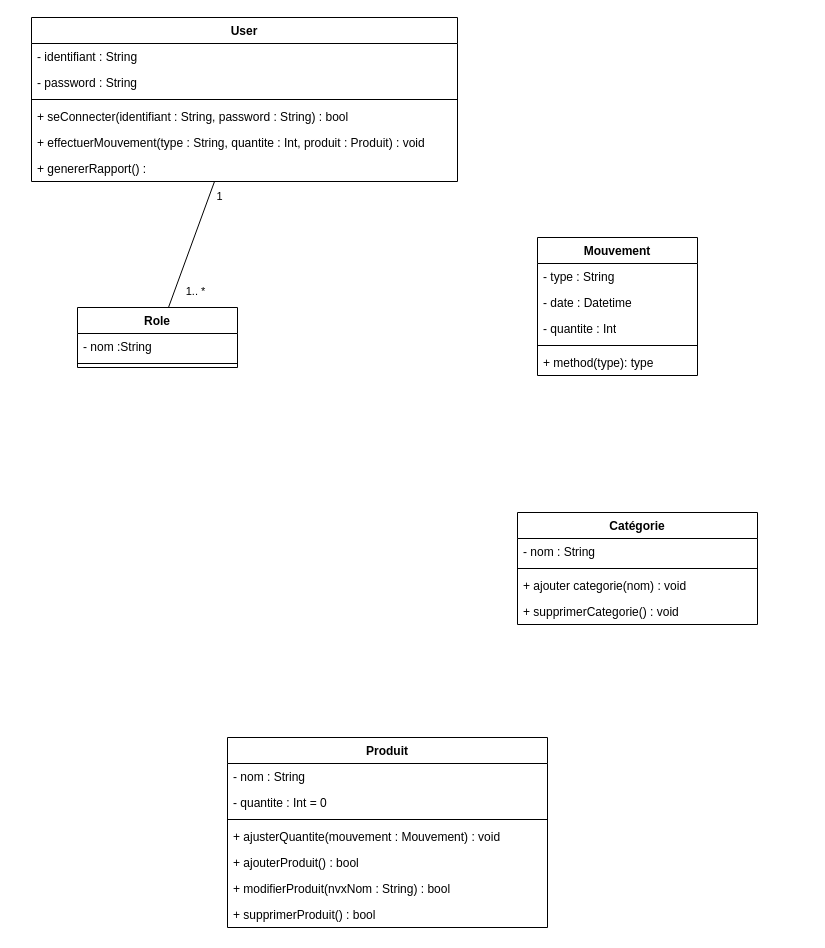
Mzk-Ali/M2I_ECF2 keeps this draw.io diagram as diagramme_classe.drawio. Above is the earlier version. Source tidied: cells renumbered, new cells numbered last; positions are measured from the earlier drawing's top-left corner, leaving out a move shared by most shapes. Both pictures are drawn from the tidied source at 100%, with x=0, y=0 at pixel (31, 17).
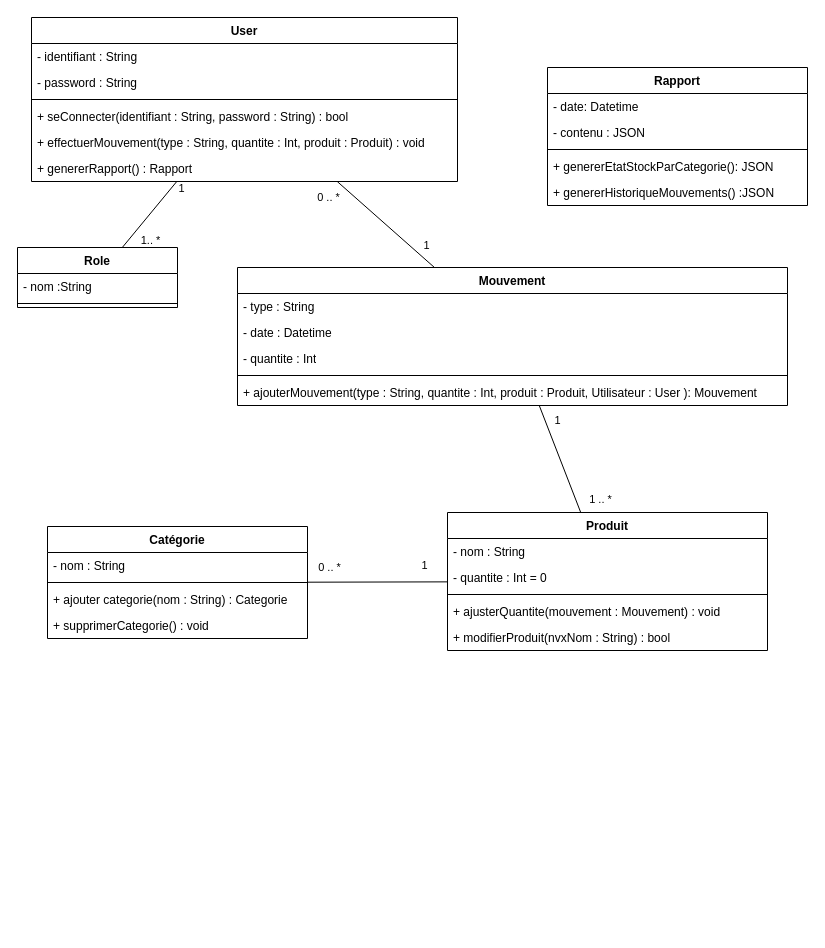
Above is the later version.

Commit message (it also covers changes not shown here):
Mettre à jour diagramme_classe.drawio

The change refers to these unchanged cells:
```xml
<mxCell id="5" value="User" style="swimlane;fontStyle=1;align=center;verticalAlign=top;horizontal=1;startSize=26;whiteSpace=wrap;html=1;" parent="1" vertex="1">
  <mxGeometry width="426" height="164" as="geometry" />
</mxCell>
```

Change to the diagram source:
```diff
@@
+    <mxCell id="34" style="rounded=0;jettySize=auto;html=1;endArrow=none;endFill=0;" parent="1" edge="1" source="5" target="28">
+      <mxGeometry relative="1" as="geometry" />
+    </mxCell>
+    <mxCell id="35" value="0 .. *" style="edgeLabel;html=1;align=center;verticalAlign=middle;" parent="34" vertex="1">
+      <mxGeometry x="-0.74" y="-1" relative="1" as="geometry">
+        <mxPoint x="-21" y="3" as="offset" />
+      </mxGeometry>
+    </mxCell>
+    <mxCell id="36" value="1" style="edgeLabel;html=1;align=center;verticalAlign=middle;" parent="34" vertex="1">
+      <mxGeometry x="0.79" y="-3" relative="1" as="geometry">
+        <mxPoint x="4" y="-16" as="offset" />
+      </mxGeometry>
+    </mxCell>
@@
-    <mxCell id="11" value="+ genererRapport() :&amp;nbsp;" style="text;strokeColor=none;fillColor=none;align=left;verticalAlign=top;spacingLeft=4;spacingRight=4;overflow=hidden;whiteSpace=wrap;html=1;" parent="5" vertex="1">
+    <mxCell id="11" value="+ genererRapport() : Rapport" style="text;strokeColor=none;fillColor=none;align=left;verticalAlign=top;spacingLeft=4;spacingRight=4;overflow=hidden;whiteSpace=wrap;html=1;" parent="5" vertex="1">
       <mxGeometry y="138" width="426" height="26" as="geometry" />
     </mxCell>
     <mxCell id="12" value="Role" style="swimlane;fontStyle=1;align=center;verticalAlign=top;horizontal=1;startSize=26;whiteSpace=wrap;html=1;" parent="1" vertex="1">
-      <mxGeometry x="46" y="290" width="160" height="60" as="geometry" />
+      <mxGeometry x="-14" y="230" width="160" height="60" as="geometry" />
     </mxCell>
@@
+    <mxCell id="37" style="rounded=0;jettySize=auto;html=1;endArrow=none;endFill=0;" parent="1" edge="1" source="15" target="23">
+      <mxGeometry relative="1" as="geometry" />
+    </mxCell>
+    <mxCell id="38" value="1" style="edgeLabel;html=1;align=center;verticalAlign=middle;" parent="37" vertex="1">
+      <mxGeometry x="-0.69" y="-2" relative="1" as="geometry">
+        <mxPoint x="-1" y="-15" as="offset" />
+      </mxGeometry>
+    </mxCell>
+    <mxCell id="39" value="0 .. *" style="edgeLabel;html=1;align=center;verticalAlign=middle;" parent="37" vertex="1">
+      <mxGeometry x="0.7" y="1" relative="1" as="geometry">
+        <mxPoint y="-16" as="offset" />
+      </mxGeometry>
+    </mxCell>
     <mxCell id="15" value="Produit" style="swimlane;fontStyle=1;align=center;verticalAlign=top;horizontal=1;startSize=26;whiteSpace=wrap;html=1;" parent="1" vertex="1">
-      <mxGeometry x="196" y="720" width="320" height="190" as="geometry" />
+      <mxGeometry x="416" y="495" width="320" height="138" as="geometry" />
     </mxCell>
@@
-    <mxCell id="20" value="+ ajouterProduit() : bool" style="text;strokeColor=none;fillColor=none;align=left;verticalAlign=top;spacingLeft=4;spacingRight=4;overflow=hidden;whiteSpace=wrap;html=1;" parent="15" vertex="1">
-      <mxGeometry y="112" width="320" height="26" as="geometry" />
-    </mxCell>
     <mxCell id="21" value="+ modifierProduit(nvxNom : String) : bool" style="text;strokeColor=none;fillColor=none;align=left;verticalAlign=top;spacingLeft=4;spacingRight=4;overflow=hidden;whiteSpace=wrap;html=1;" parent="15" vertex="1">
-      <mxGeometry y="138" width="320" height="26" as="geometry" />
+      <mxGeometry y="112" width="320" height="26" as="geometry" />
     </mxCell>
-    <mxCell id="22" value="+ supprimerProduit() : bool" style="text;strokeColor=none;fillColor=none;align=left;verticalAlign=top;spacingLeft=4;spacingRight=4;overflow=hidden;whiteSpace=wrap;html=1;" parent="15" vertex="1">
-      <mxGeometry y="164" width="320" height="26" as="geometry" />
-    </mxCell>
     <mxCell id="23" value="Catégorie" style="swimlane;fontStyle=1;align=center;verticalAlign=top;horizontal=1;startSize=26;whiteSpace=wrap;html=1;" parent="1" vertex="1">
-      <mxGeometry x="486" y="495" width="240" height="112" as="geometry" />
+      <mxGeometry x="16" y="509" width="260" height="112" as="geometry" />
     </mxCell>
     <mxCell id="24" value="- nom : String" style="text;strokeColor=none;fillColor=none;align=left;verticalAlign=top;spacingLeft=4;spacingRight=4;overflow=hidden;whiteSpace=wrap;html=1;" parent="23" vertex="1">
-      <mxGeometry y="26" width="240" height="26" as="geometry" />
+      <mxGeometry y="26" width="260" height="26" as="geometry" />
     </mxCell>
     <mxCell id="25" style="line;strokeWidth=1;fillColor=none;align=left;verticalAlign=middle;spacingTop=-1;spacingLeft=3;spacingRight=3;labelPosition=right;strokeColor=inherit;" parent="23" vertex="1">
-      <mxGeometry y="52" width="240" height="8" as="geometry" />
+      <mxGeometry y="52" width="260" height="8" as="geometry" />
     </mxCell>
-    <mxCell id="26" value="+ ajouter categorie(nom) : void" style="text;strokeColor=none;fillColor=none;align=left;verticalAlign=top;spacingLeft=4;spacingRight=4;overflow=hidden;whiteSpace=wrap;html=1;" parent="23" vertex="1">
-      <mxGeometry y="60" width="240" height="26" as="geometry" />
+    <mxCell id="26" value="+ ajouter categorie(nom : String) : Categorie" style="text;strokeColor=none;fillColor=none;align=left;verticalAlign=top;spacingLeft=4;spacingRight=4;overflow=hidden;whiteSpace=wrap;html=1;" parent="23" vertex="1">
+      <mxGeometry y="60" width="260" height="26" as="geometry" />
     </mxCell>
     <mxCell id="27" value="+ supprimerCategorie() : void" style="text;strokeColor=none;fillColor=none;align=left;verticalAlign=top;spacingLeft=4;spacingRight=4;overflow=hidden;whiteSpace=wrap;html=1;" parent="23" vertex="1">
-      <mxGeometry y="86" width="240" height="26" as="geometry" />
+      <mxGeometry y="86" width="260" height="26" as="geometry" />
     </mxCell>
+    <mxCell id="40" style="rounded=0;jettySize=auto;html=1;endArrow=none;endFill=0;" parent="1" edge="1" source="28" target="15">
+      <mxGeometry relative="1" as="geometry" />
+    </mxCell>
+    <mxCell id="41" value="1" style="edgeLabel;html=1;align=center;verticalAlign=middle;" parent="40" vertex="1">
+      <mxGeometry x="-0.74" y="-1" relative="1" as="geometry">
+        <mxPoint x="13" as="offset" />
+      </mxGeometry>
+    </mxCell>
+    <mxCell id="42" value="1 .. *" style="edgeLabel;html=1;align=center;verticalAlign=middle;" parent="40" vertex="1">
+      <mxGeometry x="0.76" y="2" relative="1" as="geometry">
+        <mxPoint x="22" as="offset" />
+      </mxGeometry>
+    </mxCell>
     <mxCell id="28" value="Mouvement" style="swimlane;fontStyle=1;align=center;verticalAlign=top;horizontal=1;startSize=26;whiteSpace=wrap;html=1;" parent="1" vertex="1">
-      <mxGeometry x="506" y="220" width="160" height="138" as="geometry" />
+      <mxGeometry x="206" y="250" width="550" height="138" as="geometry" />
     </mxCell>
     <mxCell id="29" value="- type : String" style="text;strokeColor=none;fillColor=none;align=left;verticalAlign=top;spacingLeft=4;spacingRight=4;overflow=hidden;whiteSpace=wrap;html=1;" parent="28" vertex="1">
-      <mxGeometry y="26" width="160" height="26" as="geometry" />
+      <mxGeometry y="26" width="550" height="26" as="geometry" />
     </mxCell>
     <mxCell id="30" value="- date : Datetime" style="text;strokeColor=none;fillColor=none;align=left;verticalAlign=top;spacingLeft=4;spacingRight=4;overflow=hidden;whiteSpace=wrap;html=1;" parent="28" vertex="1">
-      <mxGeometry y="52" width="160" height="26" as="geometry" />
+      <mxGeometry y="52" width="550" height="26" as="geometry" />
     </mxCell>
     <mxCell id="31" value="- quantite : Int" style="text;strokeColor=none;fillColor=none;align=left;verticalAlign=top;spacingLeft=4;spacingRight=4;overflow=hidden;whiteSpace=wrap;html=1;" parent="28" vertex="1">
-      <mxGeometry y="78" width="160" height="26" as="geometry" />
+      <mxGeometry y="78" width="550" height="26" as="geometry" />
     </mxCell>
     <mxCell id="32" style="line;strokeWidth=1;fillColor=none;align=left;verticalAlign=middle;spacingTop=-1;spacingLeft=3;spacingRight=3;labelPosition=right;strokeColor=inherit;" parent="28" vertex="1">
-      <mxGeometry y="104" width="160" height="8" as="geometry" />
+      <mxGeometry y="104" width="550" height="8" as="geometry" />
     </mxCell>
-    <mxCell id="33" value="+ method(type): type" style="text;strokeColor=none;fillColor=none;align=left;verticalAlign=top;spacingLeft=4;spacingRight=4;overflow=hidden;whiteSpace=wrap;html=1;" parent="28" vertex="1">
-      <mxGeometry y="112" width="160" height="26" as="geometry" />
+    <mxCell id="33" value="+ ajouterMouvement(type : String, quantite : Int, produit : Produit, Utilisateur : User ): Mouvement" style="text;strokeColor=none;fillColor=none;align=left;verticalAlign=top;spacingLeft=4;spacingRight=4;overflow=hidden;whiteSpace=wrap;html=1;" parent="28" vertex="1">
+      <mxGeometry y="112" width="550" height="26" as="geometry" />
     </mxCell>
+    <mxCell id="43" value="Rapport" style="swimlane;fontStyle=1;align=center;verticalAlign=top;horizontal=1;startSize=26;whiteSpace=wrap;html=1;" parent="1" vertex="1">
+      <mxGeometry x="516" y="50" width="260" height="138" as="geometry" />
+    </mxCell>
+    <mxCell id="44" value="- date: Datetime" style="text;strokeColor=none;fillColor=none;align=left;verticalAlign=top;spacingLeft=4;spacingRight=4;overflow=hidden;whiteSpace=wrap;html=1;" parent="43" vertex="1">
+      <mxGeometry y="26" width="260" height="26" as="geometry" />
+    </mxCell>
+    <mxCell id="45" value="- contenu : JSON" style="text;strokeColor=none;fillColor=none;align=left;verticalAlign=top;spacingLeft=4;spacingRight=4;overflow=hidden;whiteSpace=wrap;html=1;" parent="43" vertex="1">
+      <mxGeometry y="52" width="260" height="26" as="geometry" />
+    </mxCell>
+    <mxCell id="46" style="line;strokeWidth=1;fillColor=none;align=left;verticalAlign=middle;spacingTop=-1;spacingLeft=3;spacingRight=3;labelPosition=right;strokeColor=inherit;" parent="43" vertex="1">
+      <mxGeometry y="78" width="260" height="8" as="geometry" />
+    </mxCell>
+    <mxCell id="47" value="+ genererEtatStockParCategorie(): JSON" style="text;strokeColor=none;fillColor=none;align=left;verticalAlign=top;spacingLeft=4;spacingRight=4;overflow=hidden;whiteSpace=wrap;html=1;" parent="43" vertex="1">
+      <mxGeometry y="86" width="260" height="26" as="geometry" />
+    </mxCell>
+    <mxCell id="48" value="+ genererHistoriqueMouvements() :JSON" style="text;strokeColor=none;fillColor=none;align=left;verticalAlign=top;spacingLeft=4;spacingRight=4;overflow=hidden;whiteSpace=wrap;html=1;" parent="43" vertex="1">
+      <mxGeometry y="112" width="260" height="26" as="geometry" />
+    </mxCell>
```
